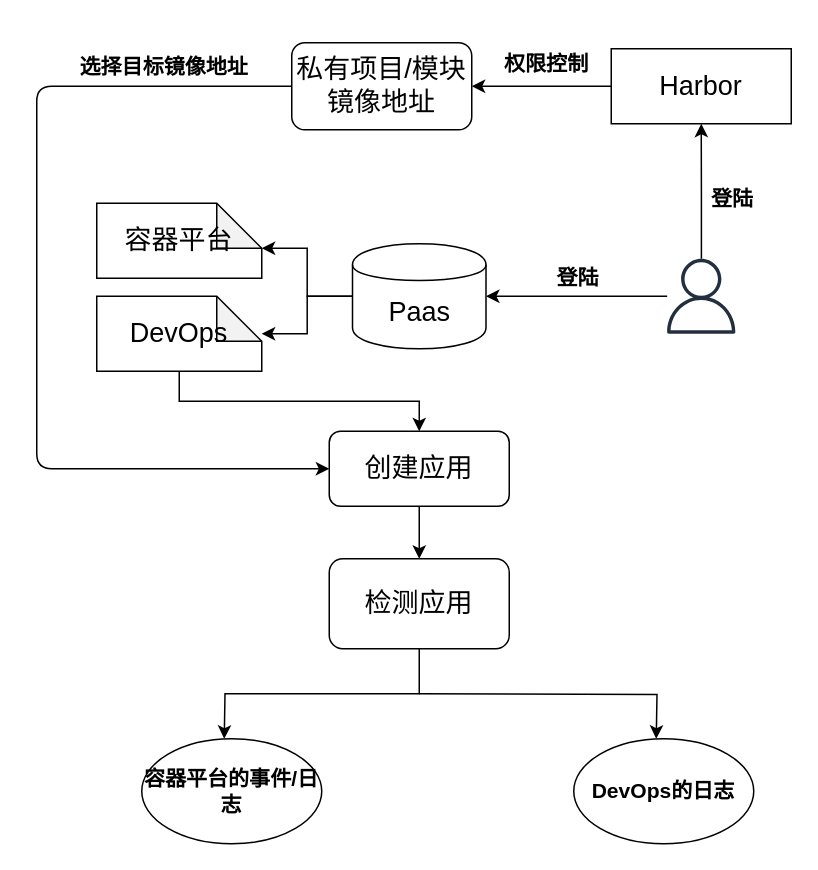
Before: Untitled Diagram.drawio in 23Evildoer/oneday, a draw.io diagram. Source tidied: cells renumbered, new cells numbered last; positions are measured from the earlier drawing's top-left corner, leaving out a move shared by most shapes. Both pictures are drawn from the tidied source at 150%, with x=0, y=0 at pixel (36, 26).
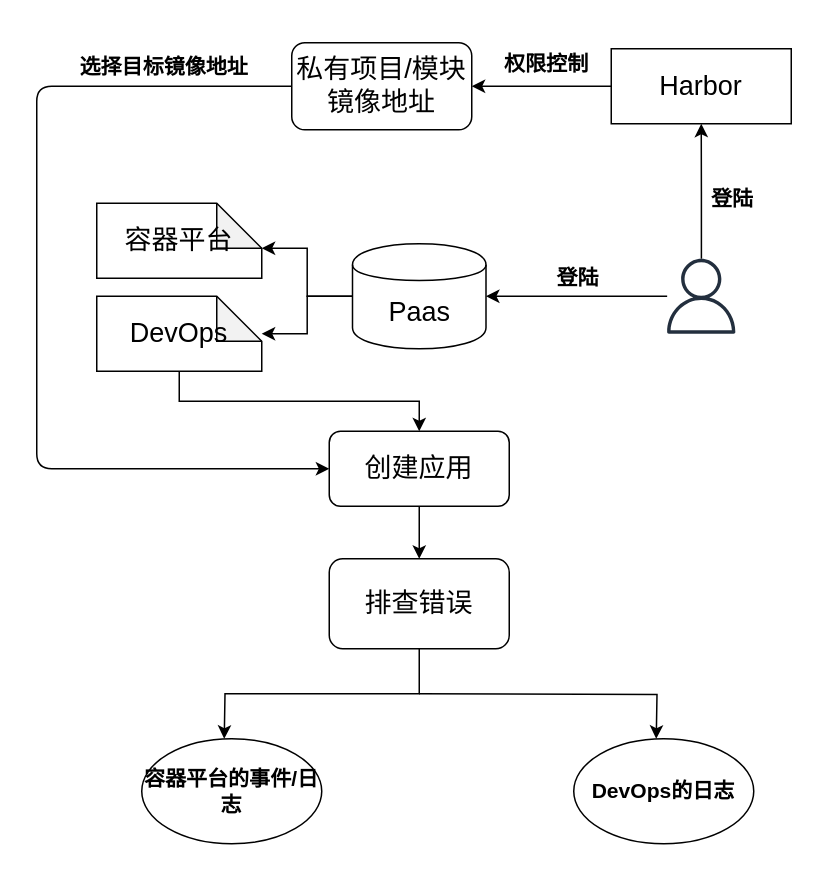
The same diagram, later.

What changed in the source:
```diff
@@
-    <mxCell id="10" value="检测应用" style="rounded=1;whiteSpace=wrap;html=1;fontSize=18;" parent="1" vertex="1">
+    <mxCell id="10" value="排查错误" style="rounded=1;whiteSpace=wrap;html=1;fontSize=18;" parent="1" vertex="1">
       <mxGeometry x="195" y="355" width="120" height="60" as="geometry" />
     </mxCell>
```
